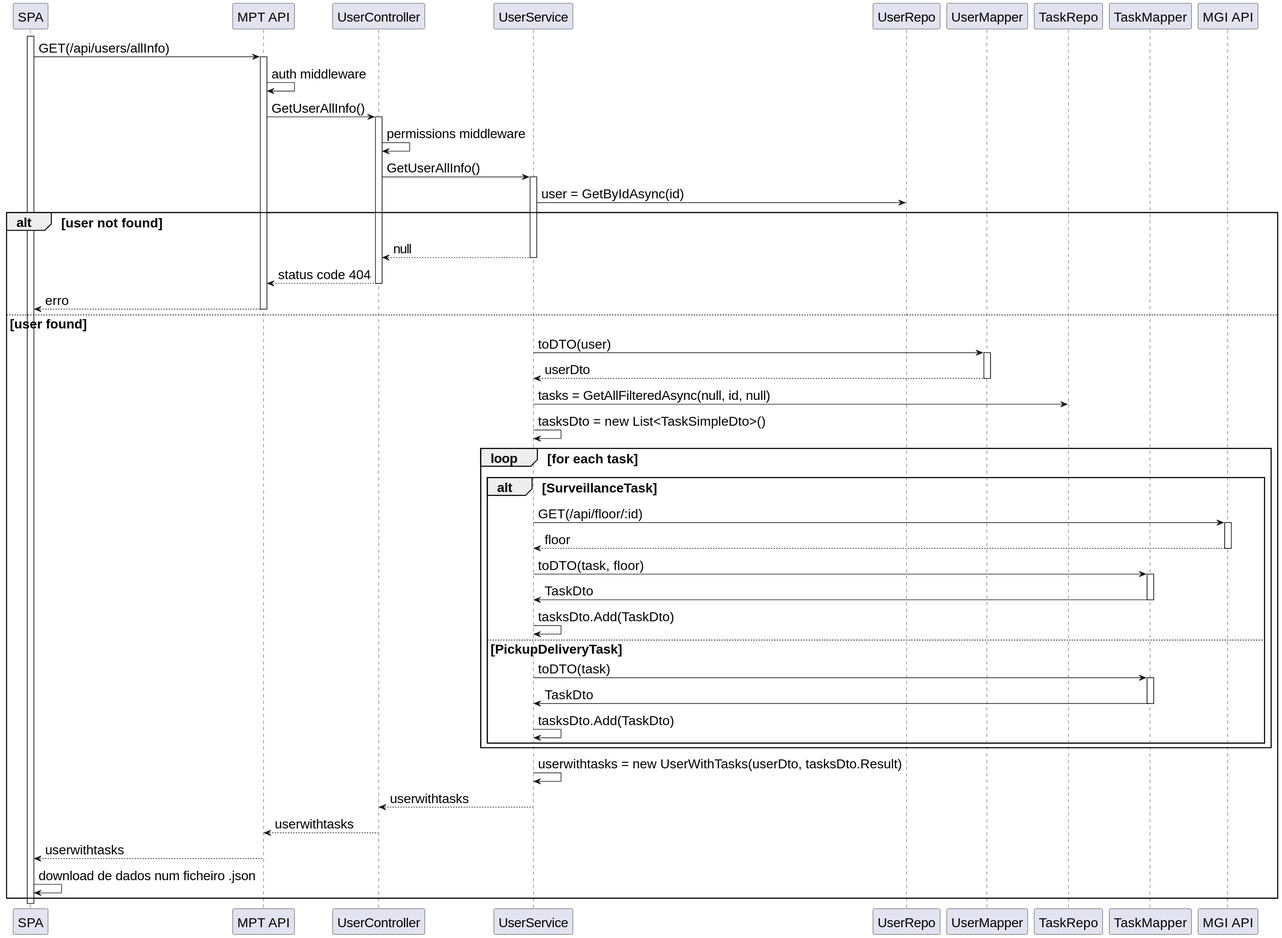
ruben1132/PI5_23-24 keeps this PlantUML diagram as docs/SprintC/nivel3/mpt/N3_US110.svg. Above is the earlier version.
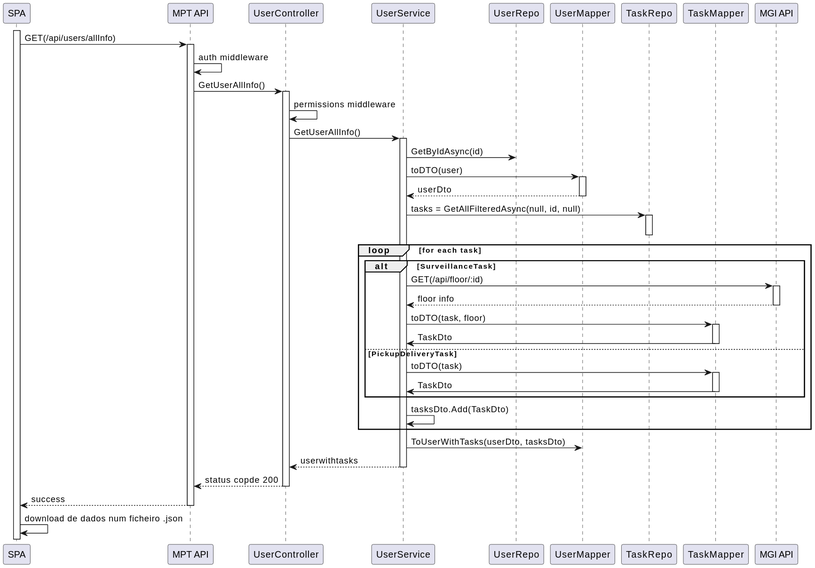
Later version of the same file.

Change to the diagram source:
```diff
@@ -1,5 +1,4 @@
 @startuml
-skinparamlocked defaultFontSize 20
 participant SPA
 participant "MPT API" as API
 participant "UserController" as Ctrl
@@ -23,66 +22,58 @@
 Ctrl -> Srv: GetUserAllInfo()
 activate Srv
 
-Srv -> Repo: user = GetByIdAsync(id)
+Srv -> Repo: GetByIdAsync(id)
 
-alt user not found
-    Srv --> Ctrl: null
-    deactivate Srv
 
-    Ctrl --> API: status code 404
-    deactivate Ctrl
 
-    API --> SPA: erro
-    deactivate API
+Srv -> Map: toDTO(user)
+activate Map
+Map --> Srv: userDto
+deactivate Map
 
-else user found
+Srv -> tr: tasks = GetAllFilteredAsync(null, id, null)
+activate tr
+deactivate tr
 
-    Srv -> Map: toDTO(user)
-    activate Map
-    Map --> Srv: userDto
-    deactivate Map
+loop for each task
+    alt SurveillanceTask
 
-    Srv -> tr: tasks = GetAllFilteredAsync(null, id, null)
+        Srv -> API2: GET(/api/floor/:id)
+        activate API2
+        API2 --> Srv: floor info
+        deactivate API2
 
-    Srv -> Srv: tasksDto = new List<TaskSimpleDto>()
+        Srv -> tm: toDTO(task, floor)
+        activate tm
+        tm -> Srv: TaskDto
+        deactivate tm
 
-    loop for each task
-        alt SurveillanceTask
+    else PickupDeliveryTask
+        Srv -> tm: toDTO(task)
+        activate tm
+        tm -> Srv: TaskDto
+        deactivate tm
 
-            Srv -> API2: GET(/api/floor/:id)
-            activate API2
-            API2 --> Srv: floor
-            deactivate API2
-
-            Srv -> tm: toDTO(task, floor)
-            activate tm
-            tm -> Srv: TaskDto
-            deactivate tm
-
-            Srv -> Srv: tasksDto.Add(TaskDto)
-
-        else PickupDeliveryTask
-            Srv -> tm: toDTO(task)
-            activate tm
-            tm -> Srv: TaskDto
-            deactivate tm
-
-            Srv -> Srv: tasksDto.Add(TaskDto)
-        end
     end
-
-    Srv -> Srv: userwithtasks = new UserWithTasks(userDto, tasksDto.Result)
-
-    Srv --> Ctrl: userwithtasks
-    deactivate Srv
-
-    Ctrl --> API: userwithtasks
-    deactivate Ctrl
-
-    API --> SPA: userwithtasks
-    deactivate API
-
-    SPA -> SPA: download de dados num ficheiro .json
+    Srv -> Srv: tasksDto.Add(TaskDto)
 
 end
+
+Srv -> Map: ToUserWithTasks(userDto, tasksDto)
+
+Srv --> Ctrl: userwithtasks
+deactivate Srv
+
+Ctrl --> API: status copde 200
+deactivate Ctrl
+
+API --> SPA: success
+deactivate API
+
+SPA -> SPA: download de dados num ficheiro .json
+
+
+
+
+
 @enduml
```
